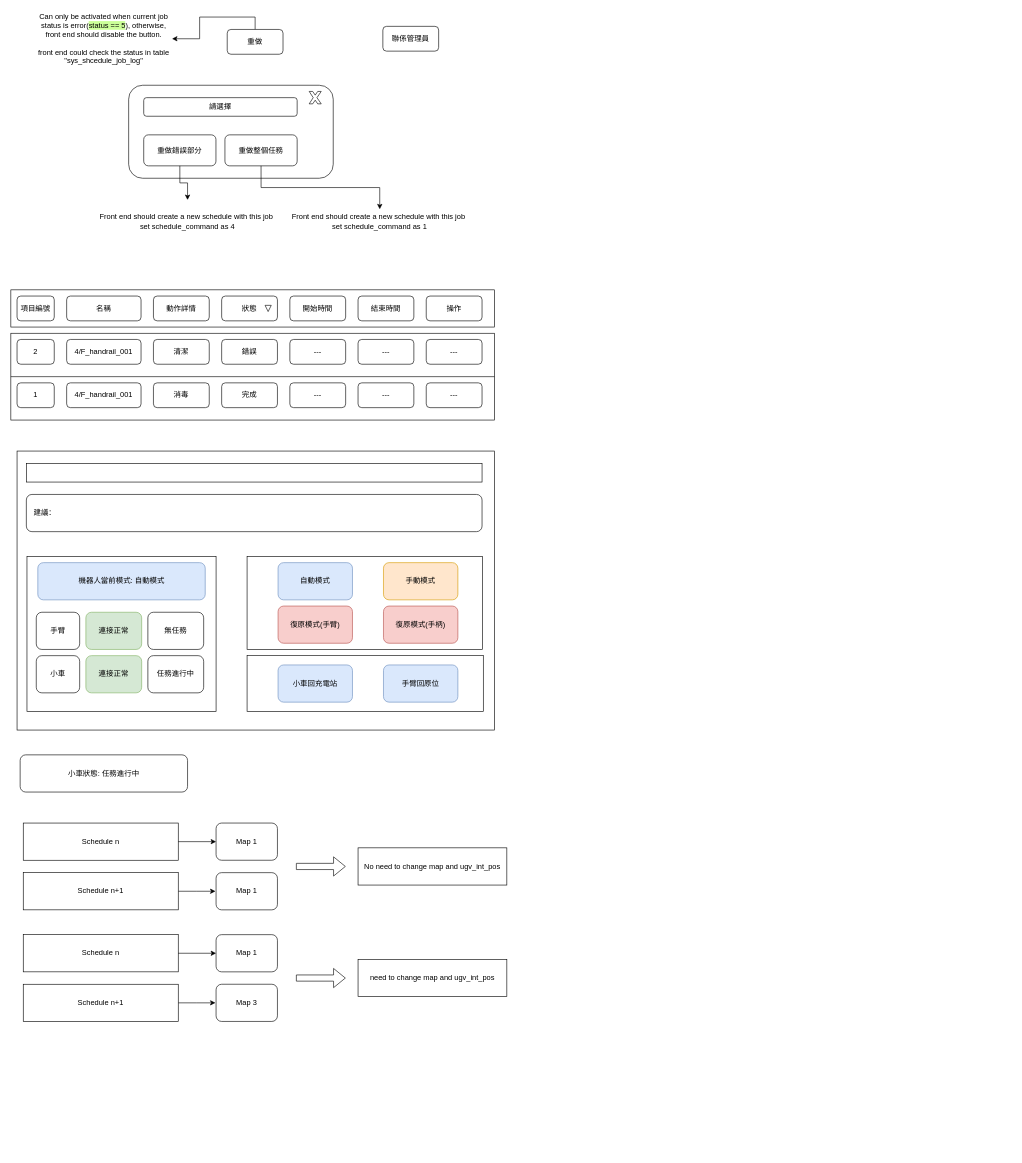
Before: page "JobLogPage" (3 of 3) of workflows/workflow_frontend_funtions.drawio in wuyongf/w0303-ipc1, a draw.io diagram. Source tidied: cells renumbered, new cells numbered last; positions are measured from the earlier drawing's top-left corner, leaving out a move shared by most shapes. Both pictures are drawn from the tidied source at 62%, with x=0, y=0 at pixel (11, 11).
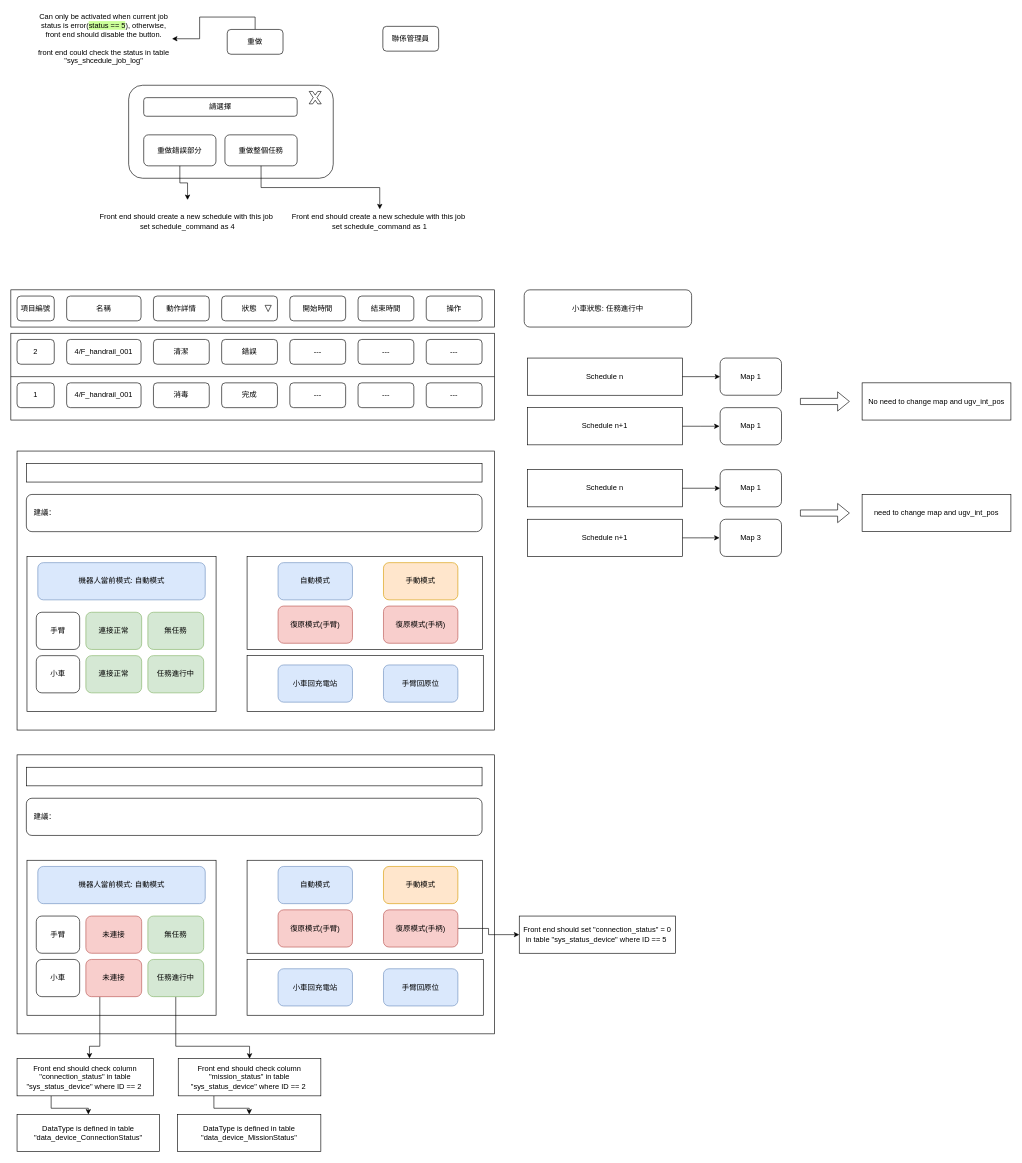
After the change.

Diff of the diagram source:
```diff
@@
     <mxCell id="50" value="小車狀態: 任務進行中" style="rounded=1;whiteSpace=wrap;html=1;" parent="1" vertex="1">
-      <mxGeometry x="15" y="1200" width="270" height="60" as="geometry" />
+      <mxGeometry x="828" y="450" width="270" height="60" as="geometry" />
     </mxCell>
@@
-    <mxCell id="56" value="無任務" style="rounded=1;whiteSpace=wrap;html=1;" parent="1" vertex="1">
+    <mxCell id="56" value="無任務" style="rounded=1;whiteSpace=wrap;html=1;fillColor=#d5e8d4;strokeColor=#82b366;" parent="1" vertex="1">
       <mxGeometry x="221" y="970" width="90" height="60" as="geometry" />
     </mxCell>
@@
-    <mxCell id="59" value="任務進行中" style="rounded=1;whiteSpace=wrap;html=1;" parent="1" vertex="1">
+    <mxCell id="59" value="任務進行中" style="rounded=1;whiteSpace=wrap;html=1;fillColor=#d5e8d4;strokeColor=#82b366;" parent="1" vertex="1">
       <mxGeometry x="221" y="1040" width="90" height="60" as="geometry" />
     </mxCell>
@@
     <mxCell id="61" value="Schedule n" style="rounded=0;whiteSpace=wrap;html=1;" parent="1" vertex="1">
-      <mxGeometry x="20" y="1310" width="250" height="60" as="geometry" />
+      <mxGeometry x="833" y="560" width="250" height="60" as="geometry" />
     </mxCell>
     <mxCell id="62" style="edgeStyle=orthogonalEdgeStyle;rounded=0;jettySize=auto;html=1;exitX=1;exitY=0.5;exitDx=0;exitDy=0;" parent="1" edge="1" source="63">
       <mxGeometry relative="1" as="geometry">
-        <mxPoint x="330" y="1420" as="targetPoint" />
+        <mxPoint x="1143" y="670" as="targetPoint" />
       </mxGeometry>
     </mxCell>
     <mxCell id="63" value="Schedule n+1" style="rounded=0;whiteSpace=wrap;html=1;" parent="1" vertex="1">
-      <mxGeometry x="20" y="1390" width="250" height="60" as="geometry" />
+      <mxGeometry x="833" y="640" width="250" height="60" as="geometry" />
     </mxCell>
@@
     <mxCell id="65" value="Map 1" style="rounded=1;whiteSpace=wrap;html=1;" parent="1" vertex="1">
-      <mxGeometry x="331" y="1310" width="99" height="60" as="geometry" />
+      <mxGeometry x="1144" y="560" width="99" height="60" as="geometry" />
     </mxCell>
     <mxCell id="66" value="Map 1" style="rounded=1;whiteSpace=wrap;html=1;" parent="1" vertex="1">
-      <mxGeometry x="331" y="1390" width="99" height="60" as="geometry" />
+      <mxGeometry x="1144" y="640" width="99" height="60" as="geometry" />
     </mxCell>
     <mxCell id="67" style="shape=flexArrow;endArrow=classic;html=1;" parent="1" edge="1">
       <mxGeometry relative="1" as="geometry">
-        <mxPoint x="460" y="1380" as="sourcePoint" />
-        <mxPoint x="540" y="1380" as="targetPoint" />
+        <mxPoint x="1273" y="630" as="sourcePoint" />
+        <mxPoint x="1353" y="630" as="targetPoint" />
       </mxGeometry>
     </mxCell>
     <mxCell id="68" value="No need to change map and ugv_int_pos" style="rounded=0;whiteSpace=wrap;html=1;" parent="1" vertex="1">
-      <mxGeometry x="560" y="1350" width="240" height="60" as="geometry" />
+      <mxGeometry x="1373" y="600" width="240" height="60" as="geometry" />
     </mxCell>
     <mxCell id="69" value="Schedule n" style="rounded=0;whiteSpace=wrap;html=1;" parent="1" vertex="1">
-      <mxGeometry x="20" y="1490" width="250" height="60" as="geometry" />
+      <mxGeometry x="833" y="740" width="250" height="60" as="geometry" />
     </mxCell>
     <mxCell id="70" style="edgeStyle=orthogonalEdgeStyle;rounded=0;jettySize=auto;html=1;exitX=1;exitY=0.5;exitDx=0;exitDy=0;" parent="1" edge="1" source="71">
       <mxGeometry relative="1" as="geometry">
-        <mxPoint x="330" y="1600" as="targetPoint" />
+        <mxPoint x="1143" y="850" as="targetPoint" />
       </mxGeometry>
     </mxCell>
     <mxCell id="71" value="Schedule n+1" style="rounded=0;whiteSpace=wrap;html=1;" parent="1" vertex="1">
-      <mxGeometry x="20" y="1570" width="250" height="60" as="geometry" />
+      <mxGeometry x="833" y="820" width="250" height="60" as="geometry" />
     </mxCell>
@@
     <mxCell id="73" value="Map 1" style="rounded=1;whiteSpace=wrap;html=1;" parent="1" vertex="1">
-      <mxGeometry x="331" y="1490" width="99" height="60" as="geometry" />
+      <mxGeometry x="1144" y="740" width="99" height="60" as="geometry" />
     </mxCell>
     <mxCell id="74" value="Map 3" style="rounded=1;whiteSpace=wrap;html=1;" parent="1" vertex="1">
-      <mxGeometry x="331" y="1570" width="99" height="60" as="geometry" />
+      <mxGeometry x="1144" y="820" width="99" height="60" as="geometry" />
     </mxCell>
     <mxCell id="75" style="shape=flexArrow;endArrow=classic;html=1;" parent="1" edge="1">
       <mxGeometry relative="1" as="geometry">
-        <mxPoint x="460" y="1560" as="sourcePoint" />
-        <mxPoint x="540" y="1560" as="targetPoint" />
+        <mxPoint x="1273" y="810" as="sourcePoint" />
+        <mxPoint x="1353" y="810" as="targetPoint" />
       </mxGeometry>
     </mxCell>
     <mxCell id="76" value="need to change map and ugv_int_pos" style="rounded=0;whiteSpace=wrap;html=1;" parent="1" vertex="1">
-      <mxGeometry x="560" y="1530" width="240" height="60" as="geometry" />
+      <mxGeometry x="1373" y="780" width="240" height="60" as="geometry" />
     </mxCell>
+    <mxCell id="77" style="rounded=0;whiteSpace=wrap;html=1;" parent="1" vertex="1">
+      <mxGeometry x="10" y="1200" width="770" height="450" as="geometry" />
+    </mxCell>
+    <mxCell id="78" style="rounded=0;whiteSpace=wrap;html=1;" parent="1" vertex="1">
+      <mxGeometry x="381" y="1530" width="381" height="90" as="geometry" />
+    </mxCell>
+    <mxCell id="79" style="rounded=0;whiteSpace=wrap;html=1;" parent="1" vertex="1">
+      <mxGeometry x="381" y="1370" width="380" height="150" as="geometry" />
+    </mxCell>
+    <mxCell id="80" style="rounded=0;whiteSpace=wrap;html=1;" parent="1" vertex="1">
+      <mxGeometry x="26" y="1370" width="305" height="250" as="geometry" />
+    </mxCell>
+    <mxCell id="81" value="手動模式" style="rounded=1;whiteSpace=wrap;html=1;fillColor=#ffe6cc;strokeColor=#d79b00;" parent="1" vertex="1">
+      <mxGeometry x="601" y="1380" width="120" height="60" as="geometry" />
+    </mxCell>
+    <mxCell id="82" value="自動模式" style="rounded=1;whiteSpace=wrap;html=1;fillColor=#dae8fc;strokeColor=#6c8ebf;" parent="1" vertex="1">
+      <mxGeometry x="431" y="1380" width="120" height="60" as="geometry" />
+    </mxCell>
+    <mxCell id="83" value="復原模式(手臂)" style="rounded=1;whiteSpace=wrap;html=1;fillColor=#f8cecc;strokeColor=#b85450;" parent="1" vertex="1">
+      <mxGeometry x="431" y="1450" width="120" height="60" as="geometry" />
+    </mxCell>
+    <mxCell id="84" value="機器人當前模式: 自動模式" style="rounded=1;whiteSpace=wrap;html=1;fillColor=#dae8fc;strokeColor=#6c8ebf;" parent="1" vertex="1">
+      <mxGeometry x="43.5" y="1380" width="270" height="60" as="geometry" />
+    </mxCell>
+    <mxCell id="85" value="手臂" style="rounded=1;whiteSpace=wrap;html=1;" parent="1" vertex="1">
+      <mxGeometry x="41" y="1460" width="70" height="60" as="geometry" />
+    </mxCell>
+    <mxCell id="86" value="&amp;nbsp; &amp;nbsp;建議：" style="rounded=1;whiteSpace=wrap;html=1;align=left;" parent="1" vertex="1">
+      <mxGeometry x="25" y="1270" width="735" height="60" as="geometry" />
+    </mxCell>
+    <mxCell id="87" style="rounded=0;whiteSpace=wrap;html=1;" parent="1" vertex="1">
+      <mxGeometry x="25" y="1220" width="735" height="30" as="geometry" />
+    </mxCell>
+    <mxCell id="88" value="小車回充電站" style="rounded=1;whiteSpace=wrap;html=1;fillColor=#dae8fc;strokeColor=#6c8ebf;" parent="1" vertex="1">
+      <mxGeometry x="431" y="1545" width="120" height="60" as="geometry" />
+    </mxCell>
+    <mxCell id="89" value="手臂回原位" style="rounded=1;whiteSpace=wrap;html=1;fillColor=#dae8fc;strokeColor=#6c8ebf;" parent="1" vertex="1">
+      <mxGeometry x="601" y="1545" width="120" height="60" as="geometry" />
+    </mxCell>
+    <mxCell id="90" value="未連接" style="rounded=1;whiteSpace=wrap;html=1;fillColor=#f8cecc;strokeColor=#b85450;" parent="1" vertex="1">
+      <mxGeometry x="121" y="1460" width="90" height="60" as="geometry" />
+    </mxCell>
+    <mxCell id="91" value="無任務" style="rounded=1;whiteSpace=wrap;html=1;fillColor=#d5e8d4;strokeColor=#82b366;" parent="1" vertex="1">
+      <mxGeometry x="221" y="1460" width="90" height="60" as="geometry" />
+    </mxCell>
+    <mxCell id="92" value="小車" style="rounded=1;whiteSpace=wrap;html=1;" parent="1" vertex="1">
+      <mxGeometry x="41" y="1530" width="70" height="60" as="geometry" />
+    </mxCell>
+    <mxCell id="93" style="edgeStyle=orthogonalEdgeStyle;rounded=0;jettySize=auto;html=1;exitX=0.25;exitY=1;exitDx=0;exitDy=0;entryX=0.531;entryY=-0.006;entryDx=0;entryDy=0;entryPerimeter=0;" parent="1" edge="1" source="94" target="100">
+      <mxGeometry relative="1" as="geometry">
+        <Array as="points">
+          <mxPoint x="144" y="1670" />
+          <mxPoint x="127" y="1670" />
+        </Array>
+      </mxGeometry>
+    </mxCell>
+    <mxCell id="94" value="未連接" style="rounded=1;whiteSpace=wrap;html=1;fillColor=#f8cecc;strokeColor=#b85450;" parent="1" vertex="1">
+      <mxGeometry x="121" y="1530" width="90" height="60" as="geometry" />
+    </mxCell>
+    <mxCell id="95" style="edgeStyle=orthogonalEdgeStyle;rounded=0;jettySize=auto;html=1;exitX=0.5;exitY=1;exitDx=0;exitDy=0;entryX=0.5;entryY=0;entryDx=0;entryDy=0;" parent="1" edge="1" source="96" target="102">
+      <mxGeometry relative="1" as="geometry">
+        <Array as="points">
+          <mxPoint x="266" y="1670" />
+          <mxPoint x="385" y="1670" />
+        </Array>
+      </mxGeometry>
+    </mxCell>
+    <mxCell id="96" value="任務進行中" style="rounded=1;whiteSpace=wrap;html=1;fillColor=#d5e8d4;strokeColor=#82b366;" parent="1" vertex="1">
+      <mxGeometry x="221" y="1530" width="90" height="60" as="geometry" />
+    </mxCell>
+    <mxCell id="97" style="edgeStyle=orthogonalEdgeStyle;rounded=0;jettySize=auto;html=1;exitX=1;exitY=0.5;exitDx=0;exitDy=0;entryX=0;entryY=0.5;entryDx=0;entryDy=0;" parent="1" edge="1" source="98" target="105">
+      <mxGeometry relative="1" as="geometry" />
+    </mxCell>
+    <mxCell id="98" value="復原模式(手柄)" style="rounded=1;whiteSpace=wrap;html=1;fillColor=#f8cecc;strokeColor=#b85450;" parent="1" vertex="1">
+      <mxGeometry x="601" y="1450" width="120" height="60" as="geometry" />
+    </mxCell>
+    <mxCell id="99" style="edgeStyle=orthogonalEdgeStyle;rounded=0;jettySize=auto;html=1;exitX=0.25;exitY=1;exitDx=0;exitDy=0;" parent="1" edge="1" source="100" target="103">
+      <mxGeometry relative="1" as="geometry" />
+    </mxCell>
+    <mxCell id="100" value="Front end should check column &quot;connection_status&quot; in table &quot;sys_status_device&quot; where ID == 2&amp;nbsp;" style="rounded=0;whiteSpace=wrap;html=1;" parent="1" vertex="1">
+      <mxGeometry x="10" y="1690" width="220" height="60" as="geometry" />
+    </mxCell>
+    <mxCell id="101" style="edgeStyle=orthogonalEdgeStyle;rounded=0;jettySize=auto;html=1;exitX=0.25;exitY=1;exitDx=0;exitDy=0;" parent="1" edge="1" source="102" target="104">
+      <mxGeometry relative="1" as="geometry" />
+    </mxCell>
+    <mxCell id="102" value="Front end should check&amp;nbsp;column &quot;mission_status&quot; in table &quot;sys_status_device&quot; where ID == 2&amp;nbsp;" style="rounded=0;whiteSpace=wrap;html=1;" parent="1" vertex="1">
+      <mxGeometry x="270" y="1690" width="230" height="60" as="geometry" />
+    </mxCell>
+    <mxCell id="103" value="DataType is defined in table &quot;data_device_ConnectionStatus&quot;" style="rounded=0;whiteSpace=wrap;html=1;" parent="1" vertex="1">
+      <mxGeometry x="10" y="1780" width="230" height="60" as="geometry" />
+    </mxCell>
+    <mxCell id="104" value="DataType is defined in table &quot;data_device_MissionStatus&quot;" style="rounded=0;whiteSpace=wrap;html=1;" parent="1" vertex="1">
+      <mxGeometry x="269" y="1780" width="231" height="60" as="geometry" />
+    </mxCell>
+    <mxCell id="105" value="Front end should set &quot;connection_status&quot; = 0 in table &quot;sys_status_device&quot; where ID == 5&amp;nbsp;" style="rounded=0;whiteSpace=wrap;html=1;" parent="1" vertex="1">
+      <mxGeometry x="820" y="1460" width="252" height="60" as="geometry" />
+    </mxCell>
```
